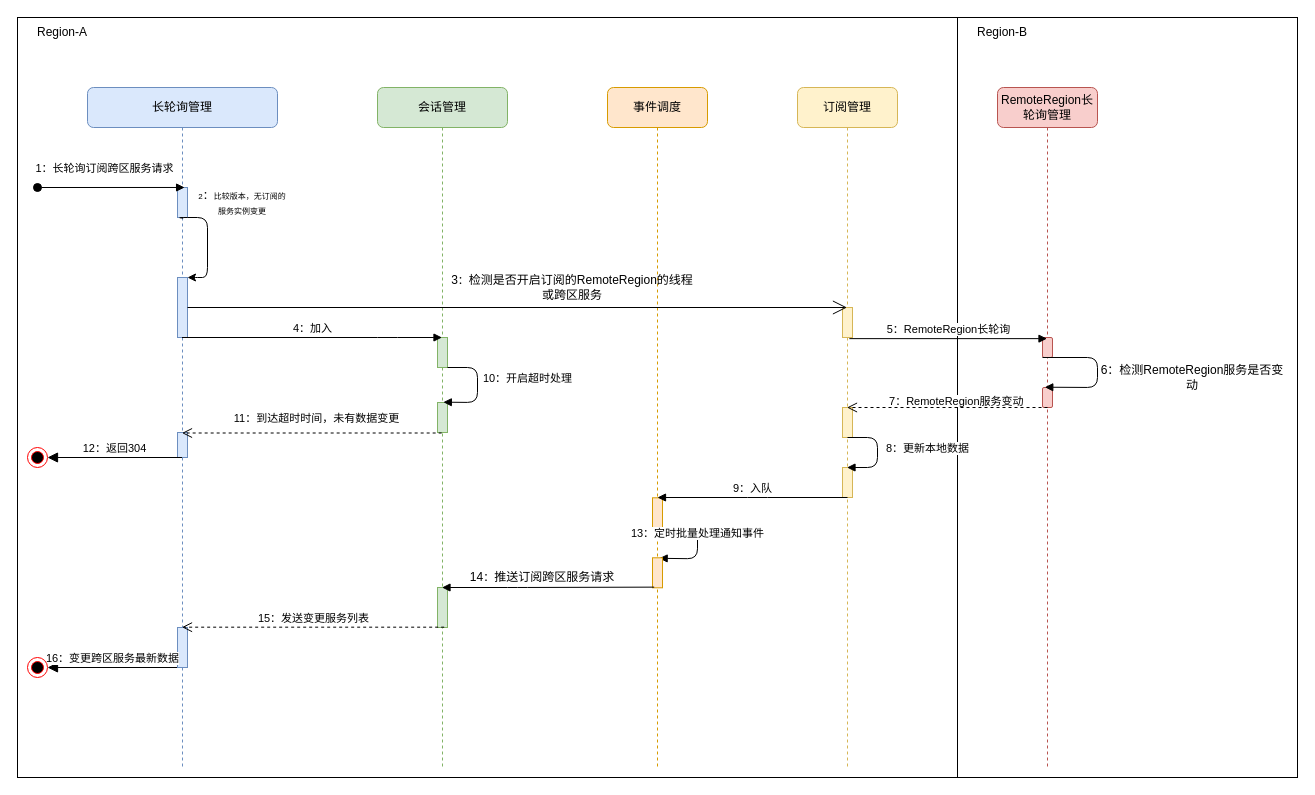
Above: 长轮询-期间发生变更.drawio in Gred01/study (draw.io), before the change. Source tidied: cells renumbered, new cells numbered last; positions are measured from the earlier drawing's top-left corner, leaving out a move shared by most shapes. Both pictures are drawn from the tidied source at 100%, with x=0, y=0 at pixel (17, 17).
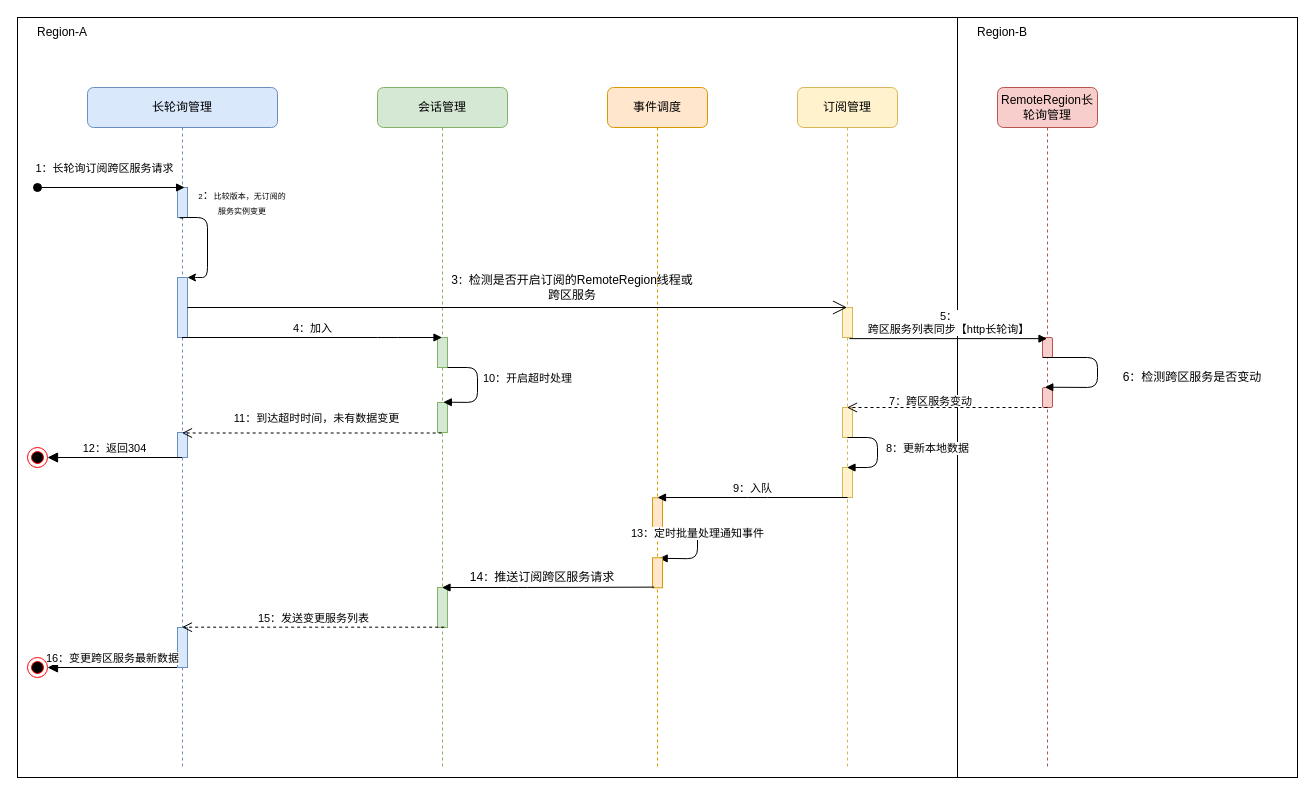
After the change.

Commit message:
Update 长轮询-期间发生变更.drawio

The change refers to these unchanged cells:
```xml
<mxCell id="14" style="html=1;points=[];perimeter=orthogonalPerimeter;fillColor=#fff2cc;strokeColor=#d6b656;sketch=0;" parent="13" vertex="1">
  <mxGeometry x="45" y="220" width="10" height="30" as="geometry" />
</mxCell>
<mxCell id="39" value="RemoteRegion长轮询管理" style="shape=umlLifeline;perimeter=lifelinePerimeter;whiteSpace=wrap;html=1;outlineConnect=0;rounded=1;fillColor=#f8cecc;strokeColor=#b85450;" parent="1" vertex="1">
  <mxGeometry x="980" y="70" width="100" height="680" as="geometry" />
</mxCell>
```

Change to the diagram source:
```diff
@@
-    <mxCell id="30" value="3&lt;span style=&quot;font-size: 11px ; background-color: rgb(255 , 255 , 255)&quot;&gt;：&lt;/span&gt;检测是否开启订阅的RemoteRegion的线程或跨区服务" style="text;html=1;strokeColor=none;fillColor=none;align=center;verticalAlign=middle;whiteSpace=wrap;rounded=0;sketch=0;" parent="1" vertex="1">
+    <mxCell id="30" value="3&lt;span style=&quot;font-size: 11px ; background-color: rgb(255 , 255 , 255)&quot;&gt;：&lt;/span&gt;检测是否开启订阅的RemoteRegion线程或跨区服务" style="text;html=1;strokeColor=none;fillColor=none;align=center;verticalAlign=middle;whiteSpace=wrap;rounded=0;sketch=0;" parent="1" vertex="1">
       <mxGeometry x="430" y="260" width="250" height="20" as="geometry" />
     </mxCell>
-    <mxCell id="31" value="&lt;span style=&quot;color: rgb(0 , 0 , 0) ; font-family: &amp;#34;helvetica&amp;#34; ; font-size: 11px ; font-style: normal ; font-weight: 400 ; letter-spacing: normal ; text-align: center ; text-indent: 0px ; text-transform: none ; word-spacing: 0px ; background-color: rgb(255 , 255 , 255) ; display: inline ; float: none&quot;&gt;7&lt;span style=&quot;font-family: &amp;#34;helvetica&amp;#34;&quot;&gt;：&lt;/span&gt;RemoteRegion服务变动&lt;/span&gt;" style="text;whiteSpace=wrap;html=1;sketch=0;" parent="1" vertex="1">
+    <mxCell id="31" value="&lt;span style=&quot;color: rgb(0 , 0 , 0) ; font-family: &amp;#34;helvetica&amp;#34; ; font-size: 11px ; font-style: normal ; font-weight: 400 ; letter-spacing: normal ; text-align: center ; text-indent: 0px ; text-transform: none ; word-spacing: 0px ; background-color: rgb(255 , 255 , 255) ; display: inline ; float: none&quot;&gt;7&lt;span style=&quot;font-family: &amp;#34;helvetica&amp;#34;&quot;&gt;：跨区&lt;/span&gt;服务变动&lt;/span&gt;" style="text;whiteSpace=wrap;html=1;sketch=0;" parent="1" vertex="1">
       <mxGeometry x="870" y="370" width="150" height="20" as="geometry" />
     </mxCell>
@@
-    <mxCell id="42" value="5：RemoteRegion长轮询" style="html=1;verticalAlign=bottom;endArrow=block;exitX=0.686;exitY=1.038;exitDx=0;exitDy=0;exitPerimeter=0;" parent="1" edge="1" source="14" target="39">
+    <mxCell id="42" value="5：&lt;br&gt;跨区服务列表同步【http长轮询】" style="html=1;verticalAlign=bottom;endArrow=block;exitX=0.686;exitY=1.038;exitDx=0;exitDy=0;exitPerimeter=0;" parent="1" edge="1" source="14" target="39">
       <mxGeometry relative="1" as="geometry" />
     </mxCell>
@@
-    <mxCell id="45" value="6：检测RemoteRegion服务是否变动" style="text;html=1;strokeColor=none;fillColor=none;align=center;verticalAlign=middle;whiteSpace=wrap;rounded=0;" parent="1" vertex="1">
+    <mxCell id="45" value="6：检测跨区服务是否变动" style="text;html=1;strokeColor=none;fillColor=none;align=center;verticalAlign=middle;whiteSpace=wrap;rounded=0;" parent="1" vertex="1">
       <mxGeometry x="1080" y="350" width="190" height="20" as="geometry" />
     </mxCell>
```
